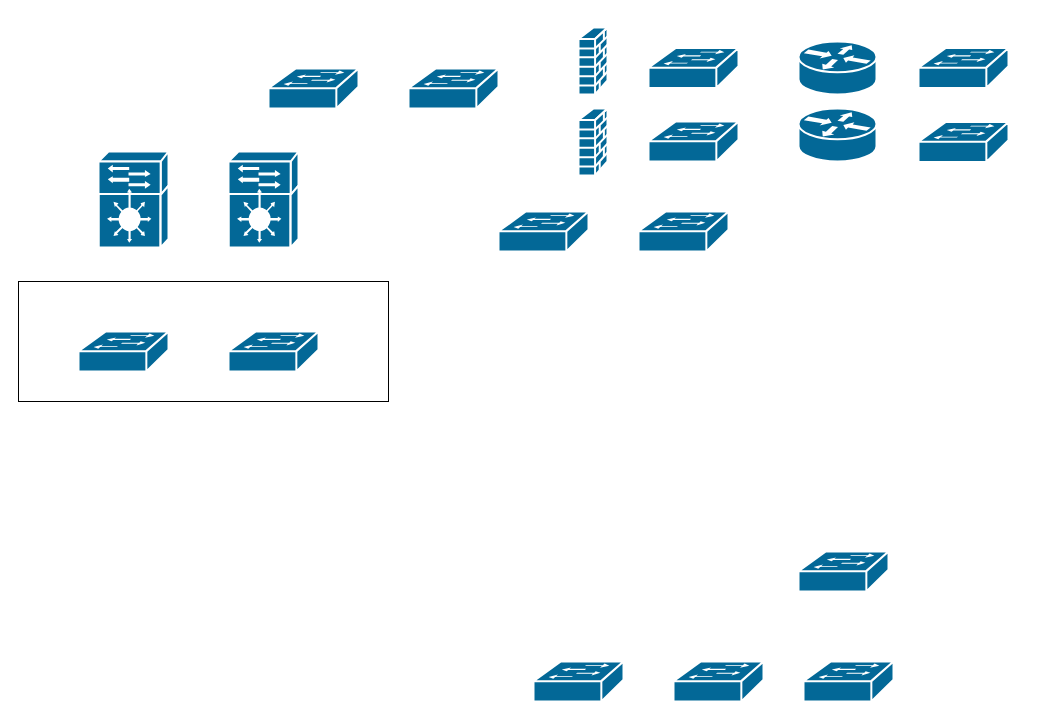
Earlier version of the draw.io diagram Untitled Diagram.drawio (kronalf/arhitektura_lan). Source tidied: cells renumbered, new cells numbered last; positions are measured from the earlier drawing's top-left corner, leaving out a move shared by most shapes. Both pictures are drawn from the tidied source at 100%, with x=0, y=0 at pixel (18, 27).
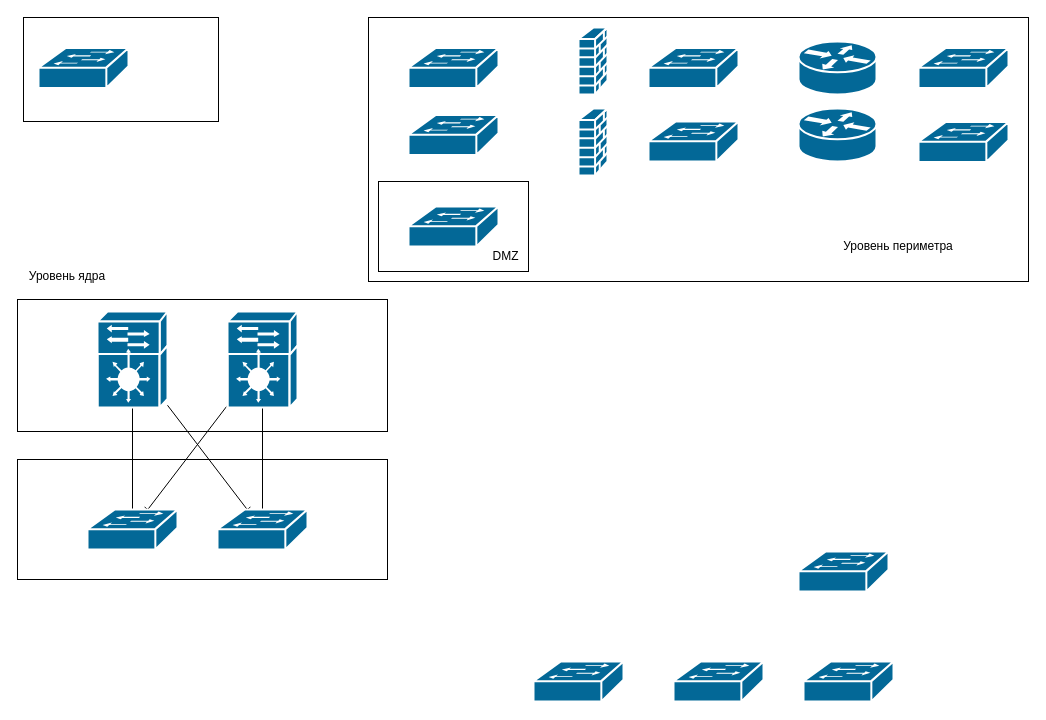
Above is the later version.

The edit, as a diff of the source:
```diff
@@
+    <mxCell id="23" style="rounded=0;whiteSpace=wrap;html=1;" parent="1" vertex="1">
+      <mxGeometry x="5" y="-10" width="195" height="104" as="geometry" />
+    </mxCell>
+    <mxCell id="24" style="rounded=0;whiteSpace=wrap;html=1;" parent="1" vertex="1">
+      <mxGeometry x="350" y="-10" width="660" height="264" as="geometry" />
+    </mxCell>
+    <mxCell id="25" style="rounded=0;whiteSpace=wrap;html=1;" parent="1" vertex="1">
+      <mxGeometry x="360" y="154" width="150" height="90" as="geometry" />
+    </mxCell>
     <mxCell id="2" style="rounded=0;whiteSpace=wrap;html=1;" parent="1" vertex="1">
-      <mxGeometry y="254" width="370" height="120" as="geometry" />
+      <mxGeometry x="-1" y="432" width="370" height="120" as="geometry" />
     </mxCell>
+    <mxCell id="26" style="rounded=0;whiteSpace=wrap;html=1;" parent="1" vertex="1">
+      <mxGeometry x="-1" y="272" width="370" height="132" as="geometry" />
+    </mxCell>
+    <mxCell id="27" style="rounded=0;jettySize=auto;html=1;endArrow=baseDash;endFill=0;" parent="1" edge="1" source="3" target="5">
+      <mxGeometry relative="1" as="geometry" />
+    </mxCell>
+    <mxCell id="28" style="rounded=0;jettySize=auto;html=1;endArrow=baseDash;endFill=0;" parent="1" edge="1" source="4" target="5">
+      <mxGeometry relative="1" as="geometry" />
+    </mxCell>
+    <mxCell id="29" style="rounded=0;jettySize=auto;html=1;endArrow=baseDash;endFill=0;" parent="1" edge="1" source="3" target="10">
+      <mxGeometry relative="1" as="geometry" />
+    </mxCell>
+    <mxCell id="30" style="rounded=0;jettySize=auto;html=1;endArrow=baseDash;endFill=0;" parent="1" edge="1" source="4" target="10">
+      <mxGeometry relative="1" as="geometry" />
+    </mxCell>
     <mxCell id="3" style="shape=mxgraph.cisco.controllers_and_modules.service_module;sketch=0;html=1;dashed=0;fillColor=#036897;strokeColor=#ffffff;strokeWidth=2;verticalLabelPosition=bottom;verticalAlign=top;align=center;outlineConnect=0;" parent="1" vertex="1">
-      <mxGeometry x="80" y="124" width="70" height="96" as="geometry" />
+      <mxGeometry x="79" y="284" width="70" height="96" as="geometry" />
     </mxCell>
     <mxCell id="4" style="shape=mxgraph.cisco.controllers_and_modules.service_module;sketch=0;html=1;dashed=0;fillColor=#036897;strokeColor=#ffffff;strokeWidth=2;verticalLabelPosition=bottom;verticalAlign=top;align=center;outlineConnect=0;" parent="1" vertex="1">
-      <mxGeometry x="210" y="124" width="70" height="96" as="geometry" />
+      <mxGeometry x="209" y="284" width="70" height="96" as="geometry" />
     </mxCell>
     <mxCell id="5" style="shape=mxgraph.cisco.switches.workgroup_switch;sketch=0;html=1;dashed=0;fillColor=#036897;strokeColor=#ffffff;strokeWidth=2;verticalLabelPosition=bottom;verticalAlign=top;align=center;outlineConnect=0;" parent="1" vertex="1">
-      <mxGeometry x="60" y="304" width="90" height="40" as="geometry" />
+      <mxGeometry x="69" y="482" width="90" height="40" as="geometry" />
     </mxCell>
@@
-    <mxCell id="10" style="shape=mxgraph.cisco.switches.workgroup_switch;sketch=0;html=1;dashed=0;fillColor=#036897;strokeColor=#ffffff;strokeWidth=2;verticalLabelPosition=bottom;verticalAlign=top;align=center;outlineConnect=0;" parent="1" vertex="1">
-      <mxGeometry x="210" y="304" width="90" height="40" as="geometry" />
-    </mxCell>
-    <mxCell id="11" style="shape=mxgraph.cisco.switches.workgroup_switch;sketch=0;html=1;dashed=0;fillColor=#036897;strokeColor=#ffffff;strokeWidth=2;verticalLabelPosition=bottom;verticalAlign=top;align=center;" parent="1" vertex="1">
-      <mxGeometry x="480" y="184" width="90" height="40" as="geometry" />
-    </mxCell>
     <mxCell id="12" style="shape=mxgraph.cisco.switches.workgroup_switch;sketch=0;html=1;dashed=0;fillColor=#036897;strokeColor=#ffffff;strokeWidth=2;verticalLabelPosition=bottom;verticalAlign=top;align=center;" parent="1" vertex="1">
-      <mxGeometry x="620" y="184" width="90" height="40" as="geometry" />
+      <mxGeometry x="390" y="179" width="90" height="40" as="geometry" />
     </mxCell>
@@
     <mxCell id="17" style="shape=mxgraph.cisco.switches.workgroup_switch;sketch=0;html=1;dashed=0;fillColor=#036897;strokeColor=#ffffff;strokeWidth=2;verticalLabelPosition=bottom;verticalAlign=top;align=center;" parent="1" vertex="1">
-      <mxGeometry x="250" y="41" width="90" height="40" as="geometry" />
+      <mxGeometry x="390" y="20.5" width="90" height="40" as="geometry" />
     </mxCell>
     <mxCell id="18" style="shape=mxgraph.cisco.switches.workgroup_switch;sketch=0;html=1;dashed=0;fillColor=#036897;strokeColor=#ffffff;strokeWidth=2;verticalLabelPosition=bottom;verticalAlign=top;align=center;" parent="1" vertex="1">
-      <mxGeometry x="390" y="41" width="90" height="40" as="geometry" />
+      <mxGeometry x="390" y="87.5" width="90" height="40" as="geometry" />
     </mxCell>
@@
+    <mxCell id="31" value="Уровень периметра" style="text;html=1;strokeColor=none;fillColor=none;align=center;verticalAlign=middle;whiteSpace=wrap;rounded=0;" parent="1" vertex="1">
+      <mxGeometry x="770" y="204" width="220" height="30" as="geometry" />
+    </mxCell>
+    <mxCell id="32" value="Уровень ядра" style="text;html=1;strokeColor=none;fillColor=none;align=center;verticalAlign=middle;whiteSpace=wrap;rounded=0;" parent="1" vertex="1">
+      <mxGeometry x="-1" y="234" width="100" height="30" as="geometry" />
+    </mxCell>
+    <mxCell id="10" style="shape=mxgraph.cisco.switches.workgroup_switch;sketch=0;html=1;dashed=0;fillColor=#036897;strokeColor=#ffffff;strokeWidth=2;verticalLabelPosition=bottom;verticalAlign=top;align=center;outlineConnect=0;" parent="1" vertex="1">
+      <mxGeometry x="199" y="482" width="90" height="40" as="geometry" />
+    </mxCell>
+    <mxCell id="33" style="shape=mxgraph.cisco.switches.workgroup_switch;sketch=0;html=1;dashed=0;fillColor=#036897;strokeColor=#ffffff;strokeWidth=2;verticalLabelPosition=bottom;verticalAlign=top;align=center;" parent="1" vertex="1">
+      <mxGeometry x="20" y="20.5" width="90" height="40" as="geometry" />
+    </mxCell>
+    <mxCell id="34" value="DMZ" style="text;html=1;strokeColor=none;fillColor=none;align=center;verticalAlign=middle;whiteSpace=wrap;rounded=0;" parent="1" vertex="1">
+      <mxGeometry x="465" y="214" width="45" height="30" as="geometry" />
+    </mxCell>
```
